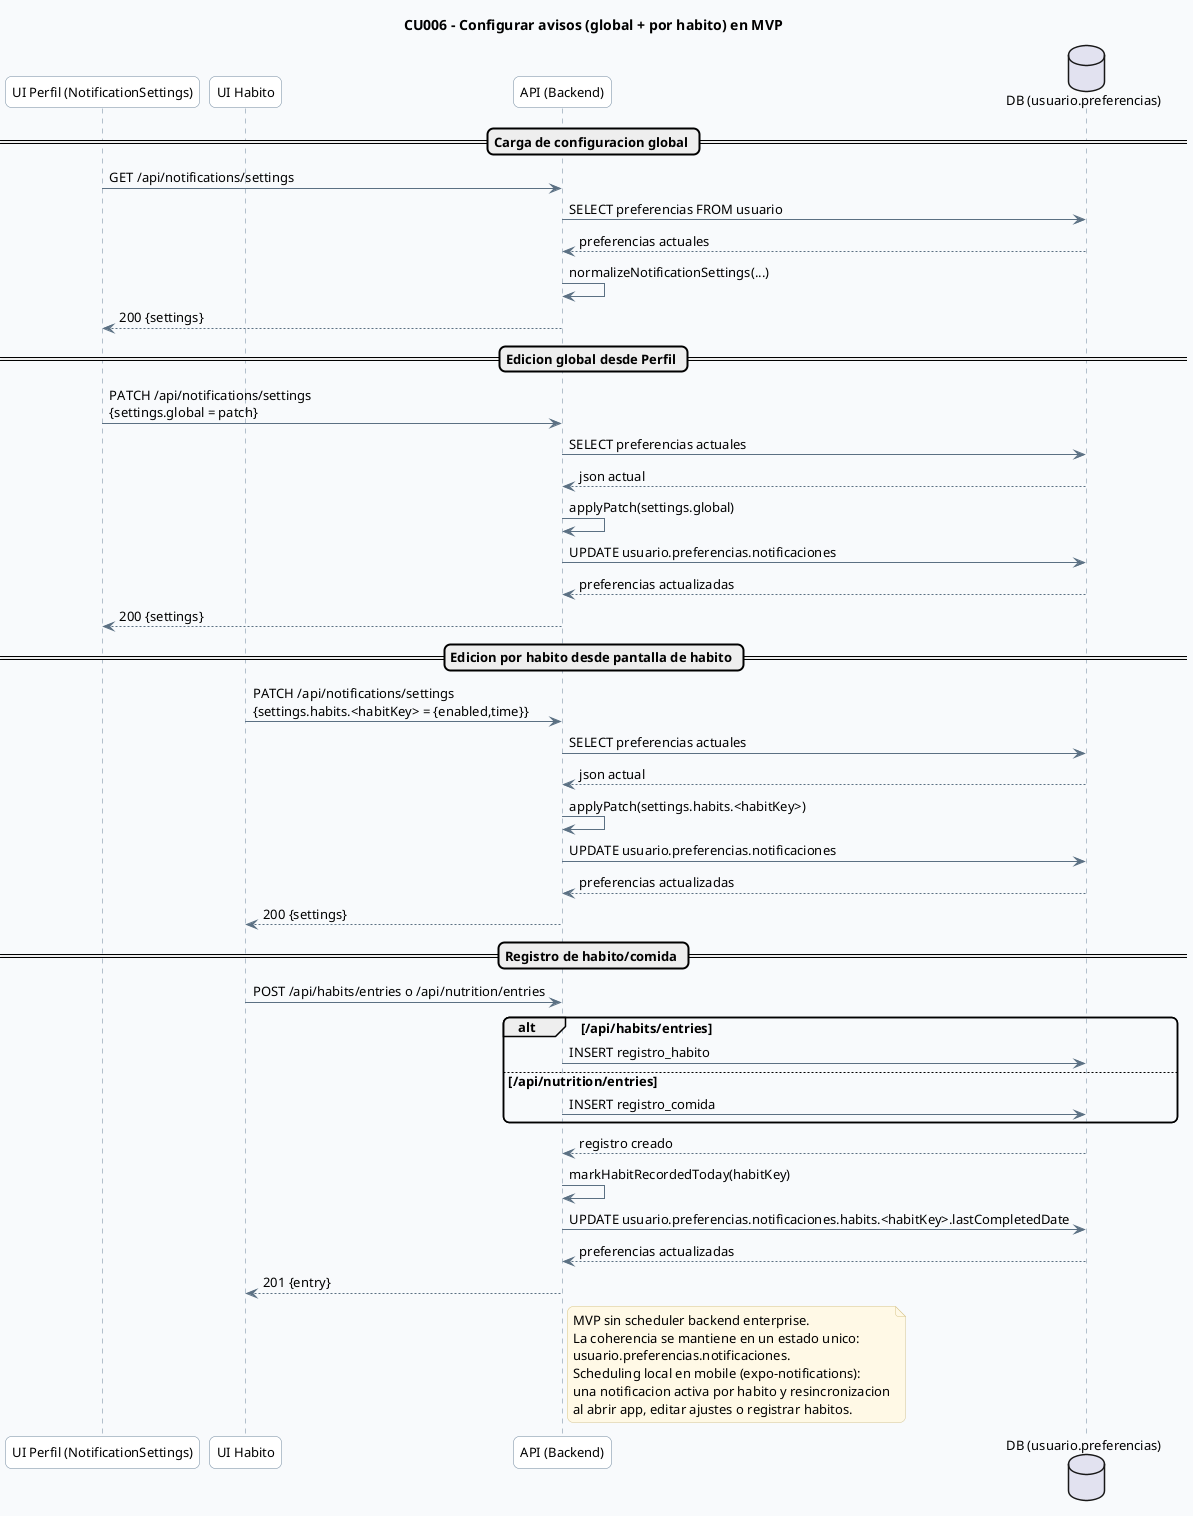
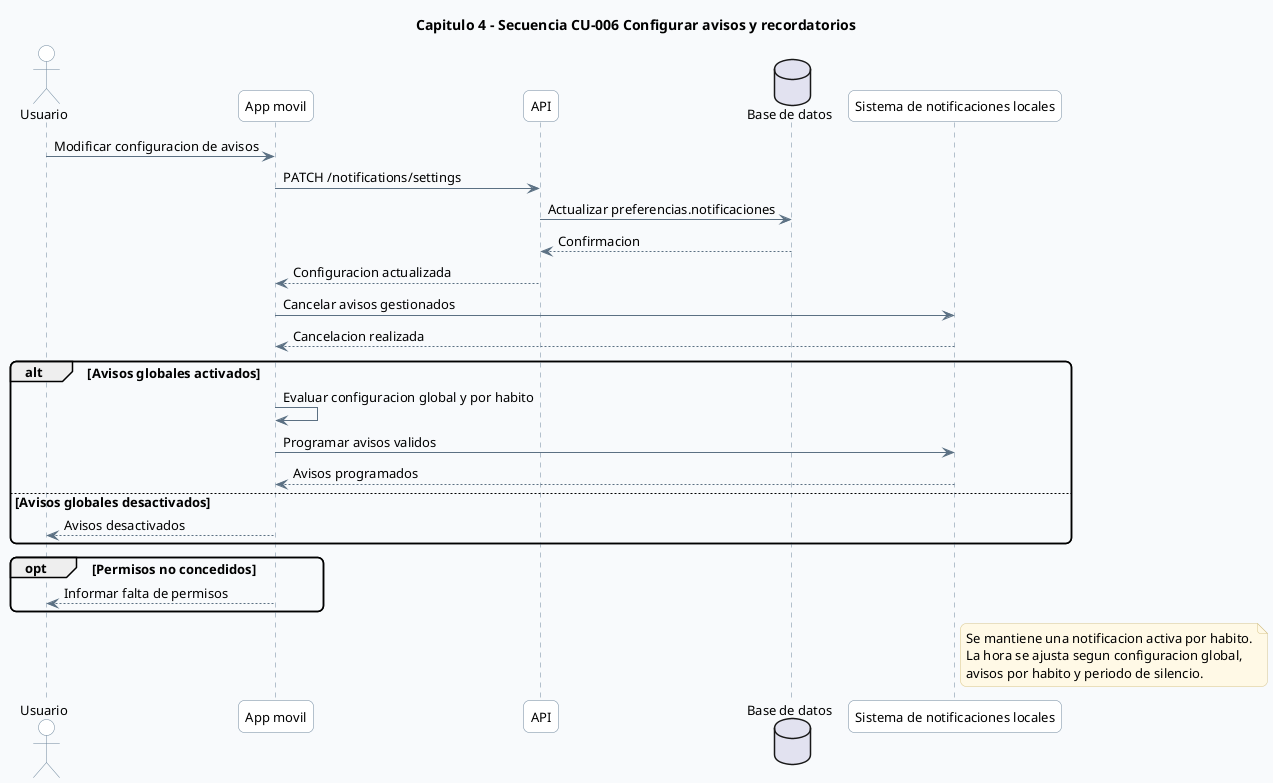
@startuml
- ' CAP4 - 06 Secuencia CU006 Avisos MVP
+ ' CAP4 - 06 Secuencia CU-006 Configurar avisos

skinparam backgroundColor #F8FAFC
skinparam shadowing false
skinparam roundcorner 12
skinparam defaultFontName Segoe UI
skinparam defaultFontSize 13
skinparam ArrowColor #5B7083
skinparam ArrowThickness 1
- skinparam sequence {
-   LifeLineBorderColor #6E879D
-   LifeLineBackgroundColor #FFFFFF
-   ParticipantBorderColor #6E879D
-   ParticipantBackgroundColor #FFFFFF
- }
+ skinparam sequenceLifeLineBorderColor #6E879D
+ skinparam sequenceLifeLineBackgroundColor #FFFFFF
+ skinparam participantBorderColor #6E879D
+ skinparam participantBackgroundColor #FFFFFF
+ skinparam actorBorderColor #6E879D
+ skinparam actorBackgroundColor #FFFFFF
skinparam noteBackgroundColor #FFF9E6
skinparam noteBorderColor #D7C58A

- title CU006 - Configurar avisos (global + por habito) en MVP
+ title Capitulo 4 - Secuencia CU-006 Configurar avisos y recordatorios

- participant "UI Perfil (NotificationSettings)" as UI_PROFILE
- participant "UI Habito" as UI_HABIT
- participant "API (Backend)" as API
- database "DB (usuario.preferencias)" as DB
+ actor Usuario
+ participant "App movil" as App
+ participant "API" as API
+ database "Base de datos" as DB
+ participant "Sistema de notificaciones locales" as NotifLocal

- == Carga de configuracion global ==
- UI_PROFILE -> API: GET /api/notifications/settings
- API -> DB: SELECT preferencias FROM usuario
- DB --> API: preferencias actuales
- API -> API: normalizeNotificationSettings(...)
- API --> UI_PROFILE: 200 {settings}
+ Usuario -> App : Modificar configuracion de avisos
+ App -> API : PATCH /notifications/settings
+ API -> DB : Actualizar preferencias.notificaciones
+ DB --> API : Confirmacion
+ API --> App : Configuracion actualizada

- == Edicion global desde Perfil ==
- UI_PROFILE -> API: PATCH /api/notifications/settings\n{settings.global = patch}
- API -> DB: SELECT preferencias actuales
- DB --> API: json actual
- API -> API: applyPatch(settings.global)
- API -> DB: UPDATE usuario.preferencias.notificaciones
- DB --> API: preferencias actualizadas
- API --> UI_PROFILE: 200 {settings}
+ App -> NotifLocal : Cancelar avisos gestionados
+ NotifLocal --> App : Cancelacion realizada

- == Edicion por habito desde pantalla de habito ==
- UI_HABIT -> API: PATCH /api/notifications/settings\n{settings.habits.<habitKey> = {enabled,time}}
- API -> DB: SELECT preferencias actuales
- DB --> API: json actual
- API -> API: applyPatch(settings.habits.<habitKey>)
- API -> DB: UPDATE usuario.preferencias.notificaciones
- DB --> API: preferencias actualizadas
- API --> UI_HABIT: 200 {settings}
+ alt Avisos globales activados
+     App -> App : Evaluar configuracion global y por habito
+     App -> NotifLocal : Programar avisos validos
+     NotifLocal --> App : Avisos programados
+ else Avisos globales desactivados
+     App --> Usuario : Avisos desactivados
+ end

- == Registro de habito/comida ==
- UI_HABIT -> API: POST /api/habits/entries o /api/nutrition/entries
- alt /api/habits/entries
-   API -> DB: INSERT registro_habito
- else /api/nutrition/entries
-   API -> DB: INSERT registro_comida
+ opt Permisos no concedidos
+     App --> Usuario : Informar falta de permisos
end
- DB --> API: registro creado
- API -> API: markHabitRecordedToday(habitKey)
- API -> DB: UPDATE usuario.preferencias.notificaciones.habits.<habitKey>.lastCompletedDate
- DB --> API: preferencias actualizadas
- API --> UI_HABIT: 201 {entry}

- note right of API
- MVP sin scheduler backend enterprise.
- La coherencia se mantiene en un estado unico:
- usuario.preferencias.notificaciones.
- Scheduling local en mobile (expo-notifications):
- una notificacion activa por habito y resincronizacion
- al abrir app, editar ajustes o registrar habitos.
+ note right of NotifLocal
+ Se mantiene una notificacion activa por habito.
+ La hora se ajusta segun configuracion global,
+ avisos por habito y periodo de silencio.
end note

- @enduml
+ @enduml